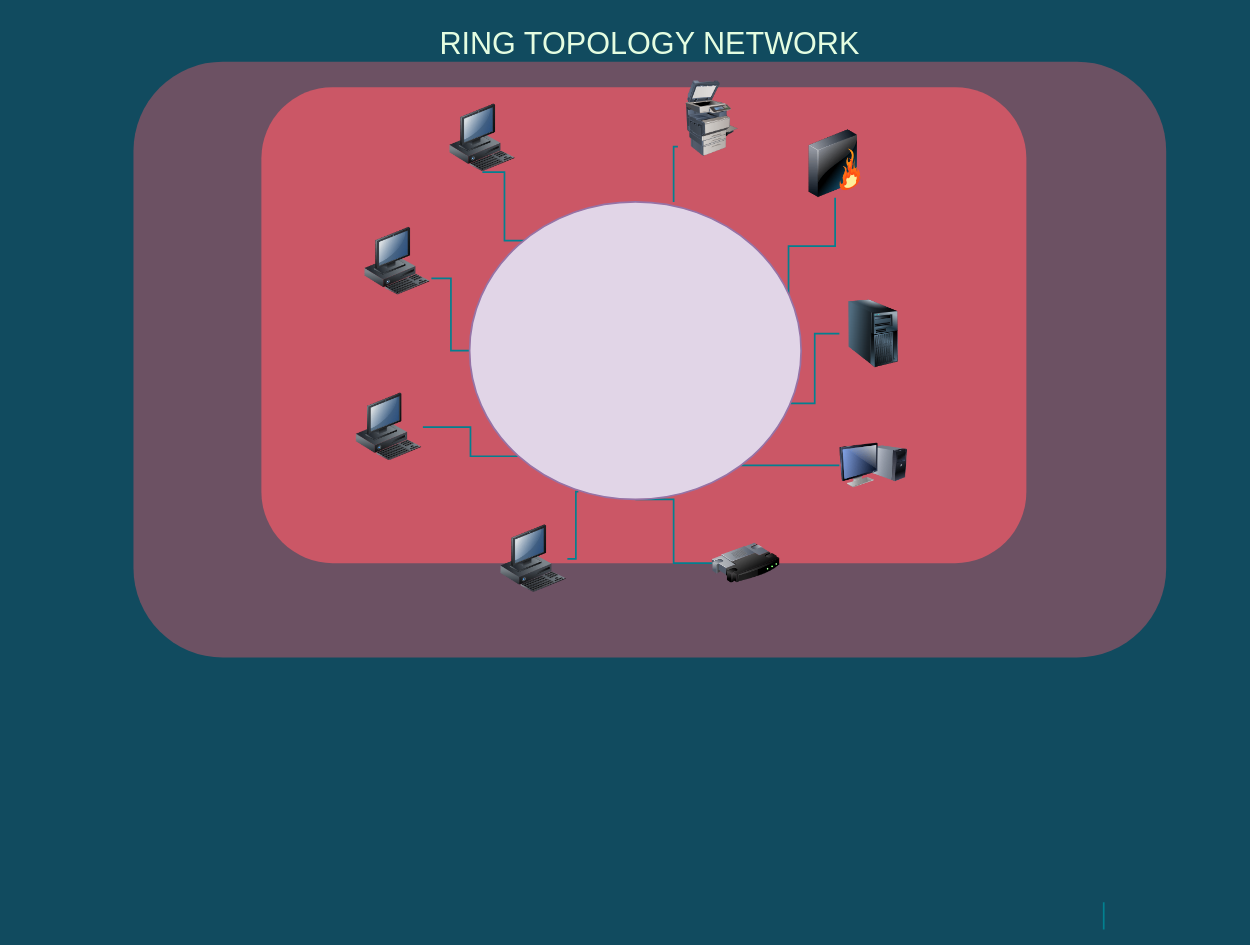
Above: Untitled Diagram.drawio in Kpitooo/whitecliffe (draw.io), before the change. Source tidied: cells renumbered, new cells numbered last; positions are measured from the earlier drawing's top-left corner, leaving out a move shared by most shapes. Both pictures are drawn from the tidied source at 85%, with x=0, y=0 at pixel (21, 14).
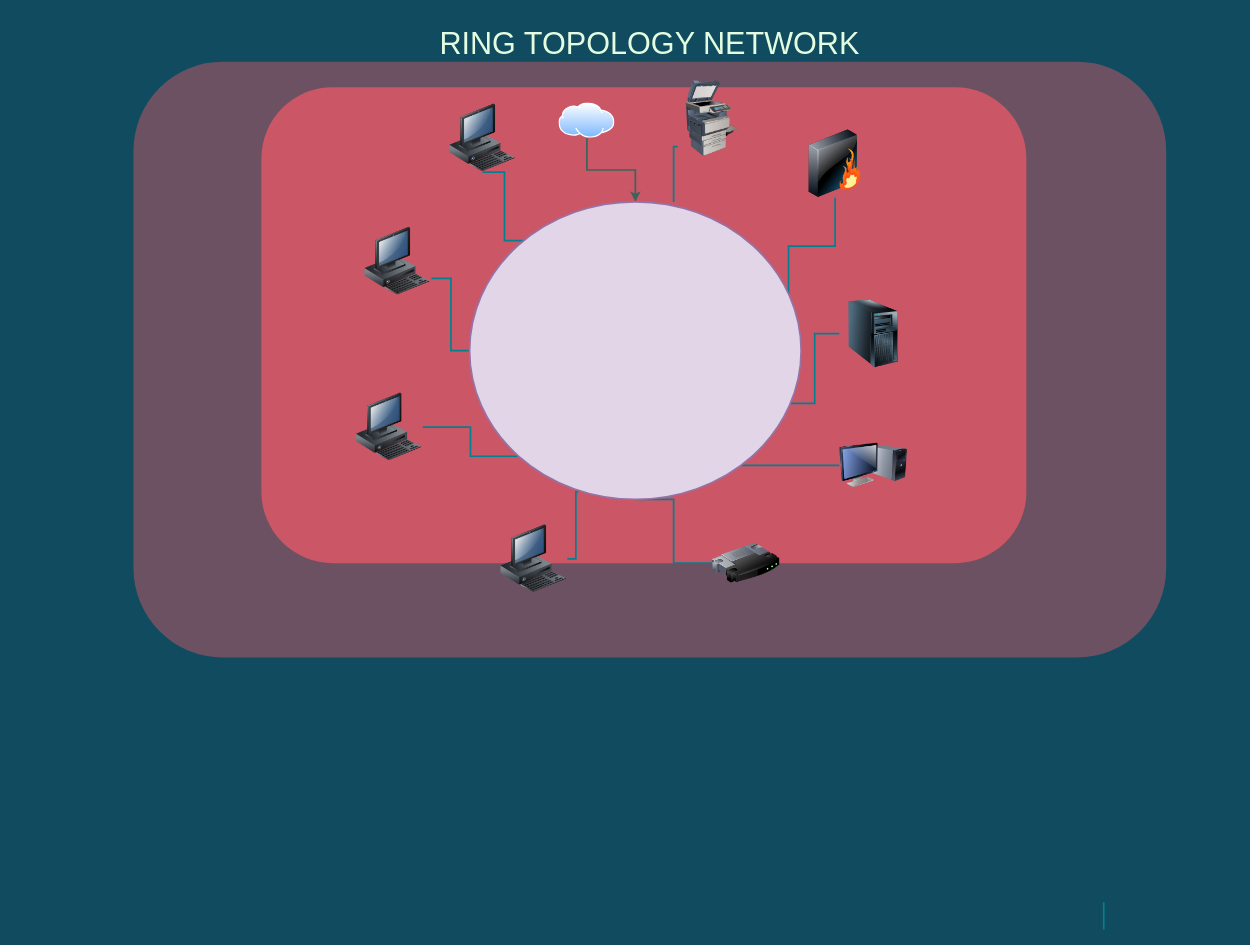
The same page after the edit.

Unchanged cells that the change refers to:
```xml
<mxCell id="29" style="strokeWidth=2;html=1;shape=mxgraph.flowchart.start_2;whiteSpace=wrap;fillColor=#e1d5e7;strokeColor=#9673a6;" parent="1" vertex="1">
  <mxGeometry x="527" y="220" width="390" height="350" as="geometry" />
</mxCell>
```

The edit, as a diff of the source:
```diff
@@
+    <mxCell id="30" style="edgeStyle=orthogonalEdgeStyle;rounded=0;jettySize=auto;html=1;strokeColor=#3C635C;strokeWidth=2;" parent="1" edge="1" source="31" target="29">
+      <mxGeometry relative="1" as="geometry" />
+    </mxCell>
+    <mxCell id="31" style="perimeter=ellipsePerimeter;html=1;align=center;shadow=0;dashed=0;spacingTop=3;image;image=img/lib/active_directory/internet_cloud.svg;" parent="1" vertex="1">
+      <mxGeometry x="632" y="103.5" width="65.9" height="41.5" as="geometry" />
+    </mxCell>
```
